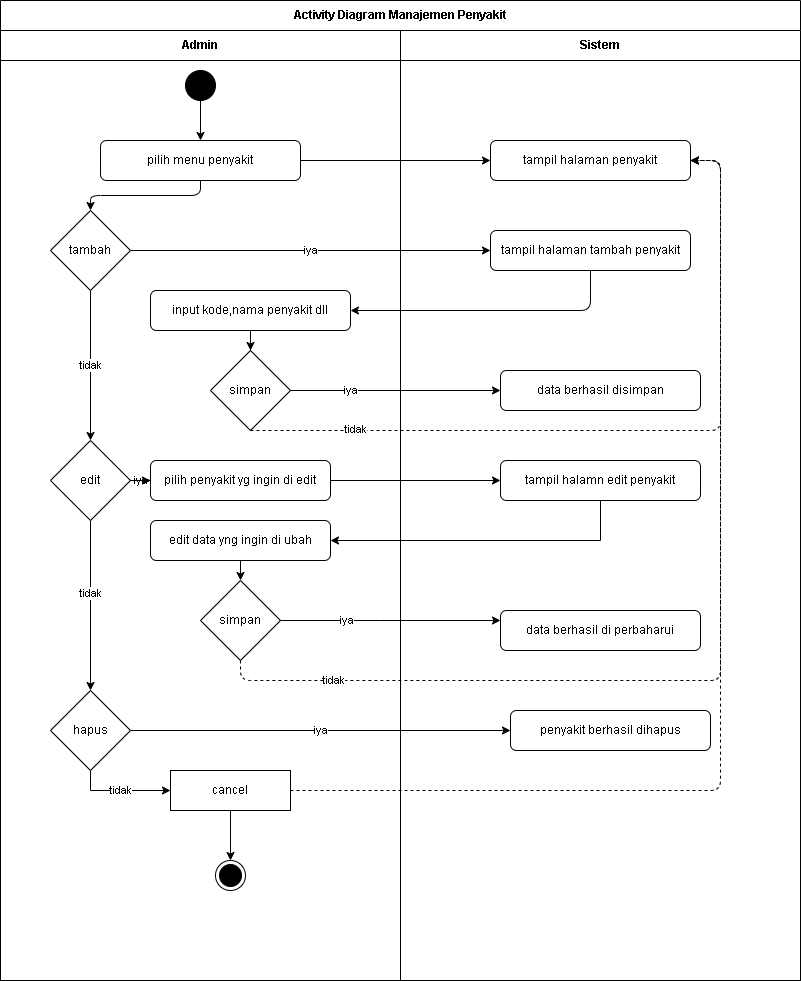
Earlier version of the draw.io export diagram/Activity/admin_penyakit.png (Jinsky/Jinsky). Source tidied: cells renumbered, new cells last; positions are measured from the earlier drawing's top-left corner, leaving out a move shared by most shapes.
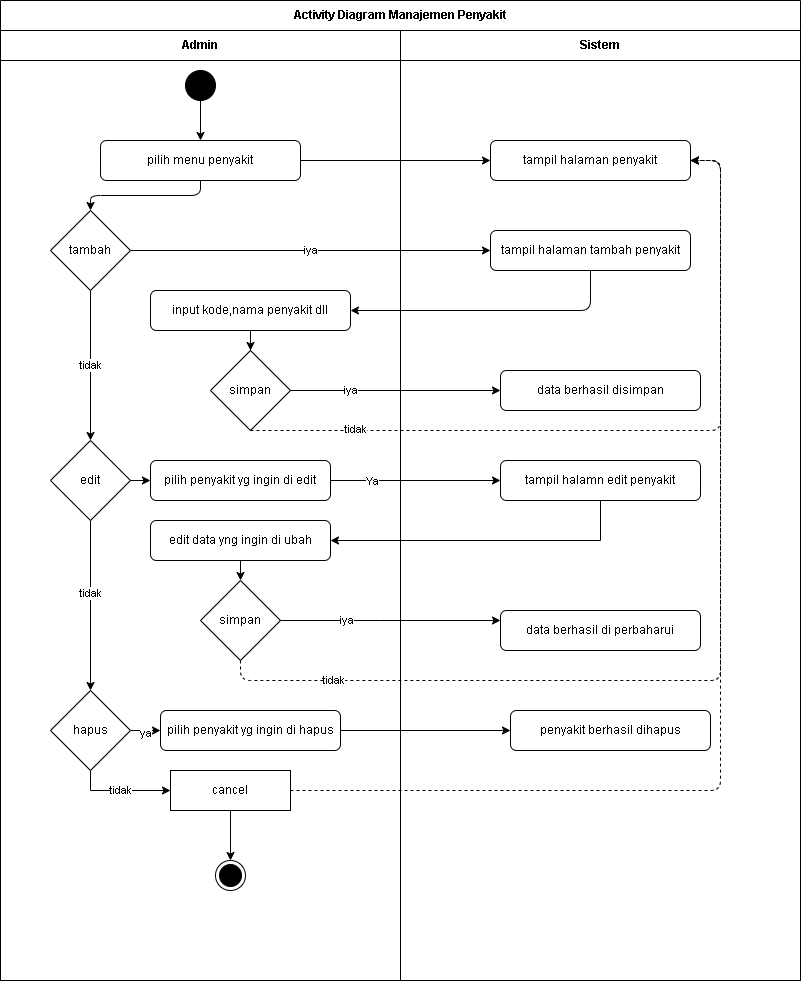
Above is the later version.

Diff of the diagram source:
```diff
@@ -32,6 +32,9 @@
     <mxCell id="11" value="tidak" style="edgeLabel;html=1;align=center;verticalAlign=middle;" parent="10" vertex="1">
       <mxGeometry x="-0.15" y="-1" relative="1" as="geometry" />
     </mxCell>
+    <mxCell id="47" style="edgeStyle=none;html=1;" parent="3" edge="1" source="12" target="20">
+      <mxGeometry relative="1" as="geometry" />
+    </mxCell>
     <mxCell id="12" value="edit" style="rhombus;whiteSpace=wrap;html=1;" parent="3" vertex="1">
       <mxGeometry x="50" y="410" width="80" height="80" as="geometry" />
     </mxCell>
@@ -44,6 +47,12 @@
     <mxCell id="15" value="simpan" style="rhombus;whiteSpace=wrap;html=1;" parent="3" vertex="1">
       <mxGeometry x="200" y="550" width="80" height="80" as="geometry" />
     </mxCell>
+    <mxCell id="48" style="edgeStyle=none;html=1;" parent="3" edge="1" source="16" target="50">
+      <mxGeometry relative="1" as="geometry" />
+    </mxCell>
+    <mxCell id="49" value="ya" style="edgeLabel;html=1;align=center;verticalAlign=middle;" parent="48" vertex="1">
+      <mxGeometry x="-0.04" y="-2" relative="1" as="geometry" />
+    </mxCell>
     <mxCell id="16" value="hapus" style="rhombus;whiteSpace=wrap;html=1;" parent="3" vertex="1">
       <mxGeometry x="50" y="660" width="80" height="80" as="geometry" />
     </mxCell>
@@ -59,12 +68,9 @@
     <mxCell id="20" value="pilih penyakit yg ingin di edit" style="rounded=1;whiteSpace=wrap;html=1;" parent="3" vertex="1">
       <mxGeometry x="150" y="430" width="180" height="40" as="geometry" />
     </mxCell>
-    <mxCell id="21" value="iya" style="edgeStyle=orthogonalEdgeStyle;rounded=0;jettySize=auto;html=1;" parent="3" edge="1" source="12" target="20">
-      <mxGeometry relative="1" as="geometry" />
-    </mxCell>
-    <mxCell id="22" style="edgeStyle=orthogonalEdgeStyle;rounded=0;jettySize=auto;html=1;" parent="3" edge="1" source="12" target="20">
-      <mxGeometry relative="1" as="geometry" />
-    </mxCell>
+    <mxCell id="50" value="pilih penyakit yg ingin di hapus" style="rounded=1;whiteSpace=wrap;html=1;" parent="3" vertex="1">
+      <mxGeometry x="160" y="680" width="180" height="40" as="geometry" />
+    </mxCell>
     <mxCell id="23" value="Sistem" style="swimlane;html=1;startSize=30;whiteSpace=wrap;" parent="2" vertex="1">
       <mxGeometry x="400" y="30" width="400" height="950" as="geometry" />
     </mxCell>
@@ -103,6 +109,9 @@
     <mxCell id="33" style="edgeStyle=orthogonalEdgeStyle;rounded=0;jettySize=auto;html=1;" parent="2" edge="1" source="20" target="27">
       <mxGeometry relative="1" as="geometry" />
     </mxCell>
+    <mxCell id="51" value="Ya" style="edgeLabel;html=1;align=center;verticalAlign=middle;" parent="33" vertex="1">
+      <mxGeometry x="-0.51" relative="1" as="geometry" />
+    </mxCell>
     <mxCell id="34" style="edgeStyle=orthogonalEdgeStyle;html=1;entryX=1;entryY=0.5;entryDx=0;entryDy=0;exitX=0.5;exitY=1;exitDx=0;exitDy=0;dashed=1;" parent="2" edge="1" source="15" target="24">
       <mxGeometry relative="1" as="geometry">
         <Array as="points">
@@ -123,6 +132,9 @@
         </Array>
       </mxGeometry>
     </mxCell>
+    <mxCell id="52" style="edgeStyle=none;html=1;entryX=0;entryY=0.5;entryDx=0;entryDy=0;" parent="2" edge="1" source="50" target="29">
+      <mxGeometry relative="1" as="geometry" />
+    </mxCell>
     <mxCell id="37" style="edgeStyle=orthogonalEdgeStyle;rounded=0;jettySize=auto;html=1;" parent="1" edge="1" source="4" target="6">
       <mxGeometry relative="1" as="geometry" />
     </mxCell>
@@ -156,9 +168,6 @@
         </Array>
       </mxGeometry>
     </mxCell>
-    <mxCell id="45" value="iya" style="edgeStyle=orthogonalEdgeStyle;rounded=0;jettySize=auto;html=1;" parent="1" edge="1" source="16" target="29">
-      <mxGeometry relative="1" as="geometry" />
-    </mxCell>
     <mxCell id="46" value="tidak" style="edgeStyle=orthogonalEdgeStyle;rounded=0;jettySize=auto;html=1;exitX=0.5;exitY=1;exitDx=0;exitDy=0;" parent="1" edge="1" source="16" target="18">
       <mxGeometry relative="1" as="geometry" />
     </mxCell>
```
